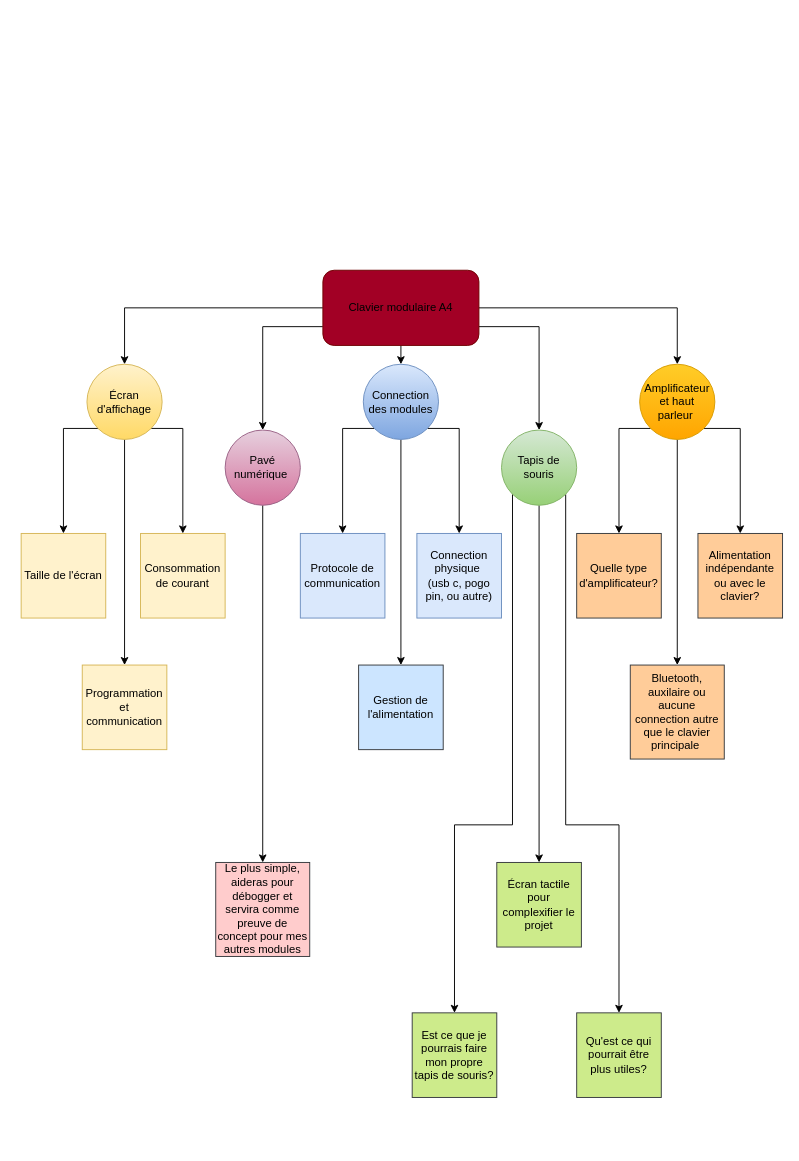
Before: A4.drawio in McJorts/Devoir, a draw.io diagram. Source tidied: cells renumbered, new cells numbered last; positions are measured from the earlier drawing's top-left corner, leaving out a move shared by most shapes. Both pictures are drawn from the tidied source at 94%, with x=0, y=0 at pixel (21, 270).
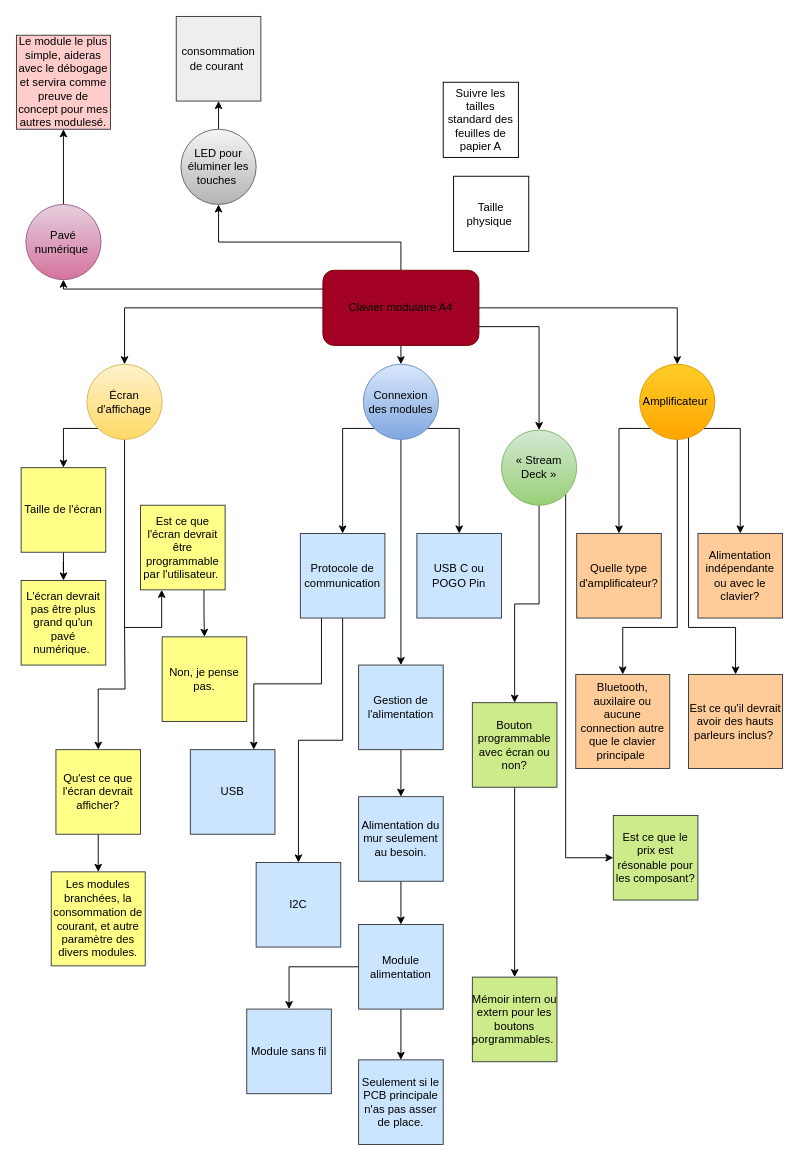
The same diagram, later.

Commit message:
Mettre à jour A4.drawio

The change refers to these unchanged cells:
```xml
<mxCell id="5" value="Écran d'affichage" style="ellipse;whiteSpace=wrap;html=1;shapeInside=1;fillColor=#fff2cc;strokeColor=#d6b656;gradientColor=#ffd966;" parent="1" vertex="1">
  <mxGeometry x="70" y="100" width="80" height="80" as="geometry" />
</mxCell>
<mxCell id="25" value="&lt;div&gt;&lt;span style=&quot;background-color: transparent; color: light-dark(rgb(0, 0, 0), rgb(255, 255, 255));&quot;&gt;Clavier modulaire A4&lt;/span&gt;&lt;/div&gt;" style="rounded=1;whiteSpace=wrap;html=1;fillColor=#a20025;fontColor=#ffffff;strokeColor=#6F0000;" parent="1" vertex="1">
  <mxGeometry x="321" width="166" height="80" as="geometry" />
</mxCell>
<mxCell id="31" value="Gestion de l'alimentation" style="whiteSpace=wrap;html=1;fillColor=#cce5ff;strokeColor=#36393d;" parent="1" vertex="1">
  <mxGeometry x="359" y="420" width="90" height="90" as="geometry" />
</mxCell>
```

Change to the diagram source:
```diff
@@
-    <mxCell id="3" style="edgeStyle=orthogonalEdgeStyle;rounded=0;jettySize=auto;html=1;exitX=1;exitY=1;exitDx=0;exitDy=0;entryX=0.5;entryY=0;entryDx=0;entryDy=0;" parent="1" edge="1" source="5" target="28">
-      <mxGeometry relative="1" as="geometry">
-        <Array as="points">
-          <mxPoint x="172" y="168.3" />
-        </Array>
-      </mxGeometry>
-    </mxCell>
-    <mxCell id="4" style="edgeStyle=orthogonalEdgeStyle;rounded=0;jettySize=auto;html=1;exitX=0.5;exitY=1;exitDx=0;exitDy=0;entryX=0.5;entryY=0;entryDx=0;entryDy=0;" parent="1" edge="1" source="5" target="26">
-      <mxGeometry relative="1" as="geometry" />
+    <mxCell id="4" style="edgeStyle=orthogonalEdgeStyle;rounded=0;jettySize=auto;html=1;exitX=0.5;exitY=1;exitDx=0;exitDy=0;entryX=0.25;entryY=1;entryDx=0;entryDy=0;" parent="1" edge="1" source="5" target="26">
+      <mxGeometry relative="1" as="geometry">
+        <Array as="points">
+          <mxPoint x="110" y="380" />
+          <mxPoint x="149.5" y="380" />
+        </Array>
+      </mxGeometry>
     </mxCell>
@@
-    <mxCell id="6" style="edgeStyle=orthogonalEdgeStyle;rounded=0;jettySize=auto;html=1;exitX=0.5;exitY=1;exitDx=0;exitDy=0;" parent="1" edge="1" source="7" target="38">
+    <mxCell id="6" style="edgeStyle=orthogonalEdgeStyle;rounded=0;jettySize=auto;html=1;exitX=0.5;exitY=0;exitDx=0;exitDy=0;" parent="1" edge="1" source="7" target="38">
       <mxGeometry relative="1" as="geometry" />
     </mxCell>
     <mxCell id="7" value="Pavé numérique&amp;nbsp;" style="ellipse;whiteSpace=wrap;html=1;shapeInside=1;fillColor=#e6d0de;strokeColor=#996185;gradientColor=#d5739d;" parent="1" vertex="1">
-      <mxGeometry x="217" y="170" width="80" height="80" as="geometry" />
+      <mxGeometry x="5" y="-70" width="80" height="80" as="geometry" />
     </mxCell>
@@
-    <mxCell id="11" value="Connection des modules" style="ellipse;whiteSpace=wrap;html=1;shapeInside=1;fillColor=#dae8fc;strokeColor=#6c8ebf;gradientColor=#7ea6e0;" parent="1" vertex="1">
+    <mxCell id="11" value="Connexion des modules" style="ellipse;whiteSpace=wrap;html=1;shapeInside=1;fillColor=#dae8fc;strokeColor=#6c8ebf;gradientColor=#7ea6e0;" parent="1" vertex="1">
       <mxGeometry x="364" y="100" width="80" height="80" as="geometry" />
     </mxCell>
@@
-    <mxCell id="13" style="edgeStyle=orthogonalEdgeStyle;rounded=0;jettySize=auto;html=1;exitX=0;exitY=1;exitDx=0;exitDy=0;entryX=0.5;entryY=0;entryDx=0;entryDy=0;" parent="1" edge="1" source="15" target="35">
-      <mxGeometry relative="1" as="geometry">
-        <Array as="points">
-          <mxPoint x="522.7" y="590" />
-          <mxPoint x="461" y="590" />
-        </Array>
-      </mxGeometry>
-    </mxCell>
-    <mxCell id="14" style="edgeStyle=orthogonalEdgeStyle;rounded=0;jettySize=auto;html=1;exitX=1;exitY=1;exitDx=0;exitDy=0;" parent="1" edge="1" source="15" target="37">
-      <mxGeometry relative="1" as="geometry">
-        <Array as="points">
-          <mxPoint x="579.3" y="590" />
-          <mxPoint x="636" y="590" />
-        </Array>
-      </mxGeometry>
-    </mxCell>
+    <mxCell id="39" style="edgeStyle=orthogonalEdgeStyle;rounded=0;jettySize=auto;html=1;exitX=1;exitY=1;exitDx=0;exitDy=0;entryX=0;entryY=0.5;entryDx=0;entryDy=0;" parent="1" edge="1" source="15" target="52">
+      <mxGeometry relative="1" as="geometry">
+        <Array as="points">
+          <mxPoint x="579.3" y="625" />
+        </Array>
+      </mxGeometry>
+    </mxCell>
-    <mxCell id="15" value="Tapis de souris" style="ellipse;whiteSpace=wrap;html=1;shapeInside=1;fillColor=#d5e8d4;strokeColor=#82b366;gradientColor=#97d077;" parent="1" vertex="1">
+    <mxCell id="15" value="« Stream Deck »" style="ellipse;whiteSpace=wrap;html=1;shapeInside=1;fillColor=#d5e8d4;strokeColor=#82b366;gradientColor=#97d077;" parent="1" vertex="1">
       <mxGeometry x="511" y="170" width="80" height="80" as="geometry" />
     </mxCell>
     <mxCell id="16" style="edgeStyle=orthogonalEdgeStyle;rounded=0;jettySize=auto;html=1;exitX=0.5;exitY=1;exitDx=0;exitDy=0;entryX=0.5;entryY=0;entryDx=0;entryDy=0;" parent="1" edge="1" source="19" target="34">
-      <mxGeometry relative="1" as="geometry" />
+      <mxGeometry relative="1" as="geometry">
+        <Array as="points">
+          <mxPoint x="698" y="380" />
+          <mxPoint x="640" y="380" />
+        </Array>
+      </mxGeometry>
     </mxCell>
@@
+    <mxCell id="40" style="edgeStyle=orthogonalEdgeStyle;rounded=0;jettySize=auto;html=1;exitX=1;exitY=1;exitDx=0;exitDy=0;entryX=0.5;entryY=0;entryDx=0;entryDy=0;" parent="1" edge="1" source="19" target="48">
+      <mxGeometry relative="1" as="geometry">
+        <Array as="points">
+          <mxPoint x="710" y="168.3" />
+          <mxPoint x="710" y="380" />
+          <mxPoint x="760" y="380" />
+        </Array>
+      </mxGeometry>
+    </mxCell>
-    <mxCell id="19" value="Amplificateur et haut parleur&amp;nbsp;" style="ellipse;whiteSpace=wrap;html=1;shapeInside=1;fillColor=#ffcd28;strokeColor=#d79b00;gradientColor=#ffa500;" parent="1" vertex="1">
+    <mxCell id="19" value="Amplificateur&amp;nbsp;" style="ellipse;whiteSpace=wrap;html=1;shapeInside=1;fillColor=#ffcd28;strokeColor=#d79b00;gradientColor=#ffa500;" parent="1" vertex="1">
       <mxGeometry x="658" y="100" width="80" height="80" as="geometry" />
     </mxCell>
@@
-    <mxCell id="21" style="edgeStyle=orthogonalEdgeStyle;rounded=0;jettySize=auto;html=1;exitX=0;exitY=0.75;exitDx=0;exitDy=0;entryX=0.5;entryY=0;entryDx=0;entryDy=0;" parent="1" edge="1" source="25" target="7">
-      <mxGeometry relative="1" as="geometry" />
+    <mxCell id="21" style="edgeStyle=orthogonalEdgeStyle;rounded=0;jettySize=auto;html=1;exitX=0;exitY=0.25;exitDx=0;exitDy=0;entryX=0.5;entryY=1;entryDx=0;entryDy=0;" parent="1" edge="1" source="25" target="7">
+      <mxGeometry relative="1" as="geometry">
+        <Array as="points">
+          <mxPoint x="45" y="20" />
+        </Array>
+      </mxGeometry>
     </mxCell>
@@
+    <mxCell id="41" style="edgeStyle=orthogonalEdgeStyle;rounded=0;jettySize=auto;html=1;exitX=0.5;exitY=0;exitDx=0;exitDy=0;entryX=0.5;entryY=1;entryDx=0;entryDy=0;" parent="1" edge="1" source="25" target="57">
+      <mxGeometry relative="1" as="geometry">
+        <Array as="points">
+          <mxPoint x="404" y="-30" />
+          <mxPoint x="210" y="-30" />
+        </Array>
+      </mxGeometry>
+    </mxCell>
@@
+    <mxCell id="42" style="edgeStyle=orthogonalEdgeStyle;rounded=0;jettySize=auto;html=1;exitX=0.75;exitY=1;exitDx=0;exitDy=0;entryX=0.5;entryY=0;entryDx=0;entryDy=0;" parent="1" edge="1" source="26" target="64">
+      <mxGeometry relative="1" as="geometry" />
+    </mxCell>
-    <mxCell id="26" value="&lt;div&gt;&lt;span style=&quot;background-color: transparent; color: light-dark(rgb(0, 0, 0), rgb(255, 255, 255));&quot;&gt;Programmation et communication&lt;/span&gt;&lt;/div&gt;" style="whiteSpace=wrap;html=1;fillColor=#fff2cc;strokeColor=#d6b656;" parent="1" vertex="1">
-      <mxGeometry x="65" y="420" width="90" height="90" as="geometry" />
+    <mxCell id="26" value="&lt;div&gt;&lt;span style=&quot;background-color: transparent; color: light-dark(rgb(0, 0, 0), rgb(255, 255, 255));&quot;&gt;Est ce que l'écran devrait être programmable par l'utilisateur.&amp;nbsp;&lt;/span&gt;&lt;/div&gt;" style="whiteSpace=wrap;html=1;fillColor=#ffff88;strokeColor=#36393d;" parent="1" vertex="1">
+      <mxGeometry x="127" y="250" width="90" height="90" as="geometry" />
     </mxCell>
+    <mxCell id="43" style="edgeStyle=orthogonalEdgeStyle;rounded=0;jettySize=auto;html=1;" parent="1" edge="1" source="27" target="63">
+      <mxGeometry relative="1" as="geometry" />
+    </mxCell>
-    <mxCell id="27" value="&lt;div&gt;&lt;span style=&quot;background-color: transparent; color: light-dark(rgb(0, 0, 0), rgb(255, 255, 255));&quot;&gt;Taille de l'écran&lt;/span&gt;&lt;/div&gt;" style="whiteSpace=wrap;html=1;fillColor=#fff2cc;strokeColor=#d6b656;" parent="1" vertex="1">
-      <mxGeometry y="280" width="90" height="90" as="geometry" />
+    <mxCell id="27" value="&lt;div&gt;&lt;span style=&quot;background-color: transparent; color: light-dark(rgb(0, 0, 0), rgb(255, 255, 255));&quot;&gt;Taille de l'écran&lt;/span&gt;&lt;/div&gt;" style="whiteSpace=wrap;html=1;fillColor=#ffff88;strokeColor=#36393d;" parent="1" vertex="1">
+      <mxGeometry y="210" width="90" height="90" as="geometry" />
     </mxCell>
-    <mxCell id="28" value="&lt;div&gt;&lt;span style=&quot;background-color: transparent; color: light-dark(rgb(0, 0, 0), rgb(255, 255, 255));&quot;&gt;Consommation de courant&lt;/span&gt;&lt;/div&gt;" style="whiteSpace=wrap;html=1;fillColor=#fff2cc;strokeColor=#d6b656;" parent="1" vertex="1">
-      <mxGeometry x="127" y="280" width="90" height="90" as="geometry" />
-    </mxCell>
+    <mxCell id="44" style="edgeStyle=orthogonalEdgeStyle;rounded=0;jettySize=auto;html=1;exitX=0.25;exitY=1;exitDx=0;exitDy=0;entryX=0.75;entryY=0;entryDx=0;entryDy=0;" parent="1" edge="1" source="29" target="66">
+      <mxGeometry relative="1" as="geometry" />
+    </mxCell>
+    <mxCell id="45" style="edgeStyle=orthogonalEdgeStyle;rounded=0;jettySize=auto;html=1;exitX=0.5;exitY=1;exitDx=0;exitDy=0;entryX=0.5;entryY=0;entryDx=0;entryDy=0;" parent="1" edge="1" source="29" target="67">
+      <mxGeometry relative="1" as="geometry" />
+    </mxCell>
-    <mxCell id="29" value="Protocole de communication" style="whiteSpace=wrap;html=1;fillColor=#dae8fc;strokeColor=#6c8ebf;" parent="1" vertex="1">
+    <mxCell id="29" value="Protocole de communication" style="whiteSpace=wrap;html=1;fillColor=#cce5ff;strokeColor=#36393d;" parent="1" vertex="1">
       <mxGeometry x="297" y="280" width="90" height="90" as="geometry" />
     </mxCell>
-    <mxCell id="30" value="Connection physique&amp;nbsp;&lt;div&gt;(usb c, pogo pin, ou autre)&lt;/div&gt;" style="whiteSpace=wrap;html=1;fillColor=#dae8fc;strokeColor=#6c8ebf;" parent="1" vertex="1">
+    <mxCell id="30" value="USB C ou POGO Pin" style="whiteSpace=wrap;html=1;fillColor=#cce5ff;strokeColor=#36393d;" parent="1" vertex="1">
       <mxGeometry x="421" y="280" width="90" height="90" as="geometry" />
     </mxCell>
+    <mxCell id="46" style="edgeStyle=orthogonalEdgeStyle;rounded=0;jettySize=auto;html=1;exitX=0.5;exitY=1;exitDx=0;exitDy=0;entryX=0.5;entryY=0;entryDx=0;entryDy=0;" parent="1" edge="1" source="31" target="50">
+      <mxGeometry relative="1" as="geometry" />
+    </mxCell>
@@
     <mxCell id="34" value="Bluetooth, auxilaire ou aucune connection autre que le clavier principale&amp;nbsp;" style="whiteSpace=wrap;html=1;fillColor=#ffcc99;strokeColor=#36393d;" parent="1" vertex="1">
-      <mxGeometry x="648" y="420" width="100" height="100" as="geometry" />
+      <mxGeometry x="590" y="430" width="100" height="100" as="geometry" />
     </mxCell>
-    <mxCell id="35" value="Est ce que je pourrais faire mon propre tapis de souris?" style="whiteSpace=wrap;html=1;fillColor=#cdeb8b;strokeColor=#36393d;" parent="1" vertex="1">
-      <mxGeometry x="416" y="790" width="90" height="90" as="geometry" />
-    </mxCell>
+    <mxCell id="47" style="edgeStyle=orthogonalEdgeStyle;rounded=0;jettySize=auto;html=1;exitX=0.5;exitY=1;exitDx=0;exitDy=0;" parent="1" edge="1" source="36" target="51">
+      <mxGeometry relative="1" as="geometry" />
+    </mxCell>
-    <mxCell id="36" value="Écran tactile pour complexifier le projet" style="whiteSpace=wrap;html=1;fillColor=#cdeb8b;strokeColor=#36393d;" parent="1" vertex="1">
-      <mxGeometry x="506" y="630" width="90" height="90" as="geometry" />
+    <mxCell id="36" value="Bouton programmable avec écran ou non?" style="whiteSpace=wrap;html=1;fillColor=#cdeb8b;strokeColor=#36393d;" parent="1" vertex="1">
+      <mxGeometry x="480" y="460" width="90" height="90" as="geometry" />
     </mxCell>
-    <mxCell id="37" value="Qu'est ce qui pourrait être plus utiles?" style="whiteSpace=wrap;html=1;fillColor=#cdeb8b;strokeColor=#36393d;" parent="1" vertex="1">
-      <mxGeometry x="591" y="790" width="90" height="90" as="geometry" />
-    </mxCell>
-    <mxCell id="38" value="Le plus simple, aideras pour débogger et servira comme preuve de concept pour mes autres modules" style="whiteSpace=wrap;html=1;fillColor=#ffcccc;strokeColor=#36393d;" parent="1" vertex="1">
-      <mxGeometry x="207" y="630" width="100" height="100" as="geometry" />
+    <mxCell id="38" value="Le module le plus simple, aideras avec le&amp;nbsp;débogage et servira comme preuve de concept pour mes autres modulesé." style="whiteSpace=wrap;html=1;fillColor=#ffcccc;strokeColor=#36393d;" parent="1" vertex="1">
+      <mxGeometry x="-5" y="-250" width="100" height="100" as="geometry" />
     </mxCell>
+    <mxCell id="48" value="Est ce qu'il devrait avoir des hauts parleurs inclus?&amp;nbsp;" style="whiteSpace=wrap;html=1;fillColor=#ffcc99;strokeColor=#36393d;" parent="1" vertex="1">
+      <mxGeometry x="710" y="430" width="100" height="100" as="geometry" />
+    </mxCell>
+    <mxCell id="49" style="edgeStyle=orthogonalEdgeStyle;rounded=0;jettySize=auto;html=1;entryX=0.5;entryY=0;entryDx=0;entryDy=0;" parent="1" edge="1" source="50" target="62">
+      <mxGeometry relative="1" as="geometry" />
+    </mxCell>
+    <mxCell id="50" value="Alimentation du mur seulement au besoin." style="whiteSpace=wrap;html=1;fillColor=#cce5ff;strokeColor=#36393d;" parent="1" vertex="1">
+      <mxGeometry x="359" y="560" width="90" height="90" as="geometry" />
+    </mxCell>
+    <mxCell id="51" value="Mémoir intern ou extern pour les boutons porgrammables.&amp;nbsp;" style="whiteSpace=wrap;html=1;fillColor=#cdeb8b;strokeColor=#36393d;" parent="1" vertex="1">
+      <mxGeometry x="480" y="752" width="90" height="90" as="geometry" />
+    </mxCell>
+    <mxCell id="52" value="Est ce que le prix est résonable pour les composant?" style="whiteSpace=wrap;html=1;fillColor=#cdeb8b;strokeColor=#36393d;" parent="1" vertex="1">
+      <mxGeometry x="630" y="580" width="90" height="90" as="geometry" />
+    </mxCell>
+    <mxCell id="53" style="edgeStyle=orthogonalEdgeStyle;rounded=0;jettySize=auto;html=1;exitX=0.5;exitY=0;exitDx=0;exitDy=0;startArrow=classic;startFill=1;endArrow=none;endFill=0;" parent="1" edge="1" source="55">
+      <mxGeometry relative="1" as="geometry">
+        <mxPoint x="110" y="380" as="targetPoint" />
+      </mxGeometry>
+    </mxCell>
+    <mxCell id="54" style="edgeStyle=orthogonalEdgeStyle;rounded=0;jettySize=auto;html=1;" parent="1" edge="1" source="55" target="59">
+      <mxGeometry relative="1" as="geometry" />
+    </mxCell>
+    <mxCell id="55" value="Qu'est ce que l'écran devrait afficher?" style="whiteSpace=wrap;html=1;fillColor=#ffff88;strokeColor=#36393d;" parent="1" vertex="1">
+      <mxGeometry x="37" y="510" width="90" height="90" as="geometry" />
+    </mxCell>
+    <mxCell id="56" style="edgeStyle=orthogonalEdgeStyle;rounded=0;jettySize=auto;html=1;exitX=0.5;exitY=0;exitDx=0;exitDy=0;entryX=0.5;entryY=1;entryDx=0;entryDy=0;" parent="1" edge="1" source="57" target="58">
+      <mxGeometry relative="1" as="geometry" />
+    </mxCell>
+    <mxCell id="57" value="LED pour éluminer les touches&amp;nbsp;" style="ellipse;whiteSpace=wrap;html=1;shapeInside=1;fillColor=#f5f5f5;strokeColor=#666666;gradientColor=#b3b3b3;" parent="1" vertex="1">
+      <mxGeometry x="170" y="-150" width="80" height="80" as="geometry" />
+    </mxCell>
+    <mxCell id="58" value="consommation de courant&amp;nbsp;" style="whiteSpace=wrap;html=1;fillColor=#eeeeee;strokeColor=#36393d;" parent="1" vertex="1">
+      <mxGeometry x="165" y="-270" width="90" height="90" as="geometry" />
+    </mxCell>
+    <mxCell id="59" value="Les modules branchées, la consommation de courant, et autre paramètre des divers modules." style="whiteSpace=wrap;html=1;fillColor=#ffff88;strokeColor=#36393d;" parent="1" vertex="1">
+      <mxGeometry x="32" y="640" width="100" height="100" as="geometry" />
+    </mxCell>
+    <mxCell id="60" style="edgeStyle=orthogonalEdgeStyle;rounded=0;jettySize=auto;html=1;" parent="1" edge="1" source="62" target="65">
+      <mxGeometry relative="1" as="geometry" />
+    </mxCell>
+    <mxCell id="61" style="edgeStyle=orthogonalEdgeStyle;rounded=0;jettySize=auto;html=1;exitX=0;exitY=0.5;exitDx=0;exitDy=0;entryX=0.5;entryY=0;entryDx=0;entryDy=0;" parent="1" edge="1" source="62" target="68">
+      <mxGeometry relative="1" as="geometry" />
+    </mxCell>
+    <mxCell id="62" value="Module alimentation" style="whiteSpace=wrap;html=1;fillColor=#cce5ff;strokeColor=#36393d;" parent="1" vertex="1">
+      <mxGeometry x="359" y="696" width="90" height="90" as="geometry" />
+    </mxCell>
+    <mxCell id="63" value="L'écran devrait pas être plus grand qu'un pavé numérique.&amp;nbsp;" style="whiteSpace=wrap;html=1;fillColor=#ffff88;strokeColor=#36393d;" parent="1" vertex="1">
+      <mxGeometry y="330" width="90" height="90" as="geometry" />
+    </mxCell>
+    <mxCell id="64" value="Non, je pense pas." style="whiteSpace=wrap;html=1;fillColor=#ffff88;strokeColor=#36393d;" parent="1" vertex="1">
+      <mxGeometry x="150" y="390" width="90" height="90" as="geometry" />
+    </mxCell>
+    <mxCell id="65" value="Seulement si le PCB principale n'as pas asser de place." style="whiteSpace=wrap;html=1;fillColor=#cce5ff;strokeColor=#36393d;" parent="1" vertex="1">
+      <mxGeometry x="359" y="840" width="90" height="90" as="geometry" />
+    </mxCell>
+    <mxCell id="66" value="USB" style="whiteSpace=wrap;html=1;fillColor=#cce5ff;strokeColor=#36393d;" parent="1" vertex="1">
+      <mxGeometry x="180" y="510" width="90" height="90" as="geometry" />
+    </mxCell>
+    <mxCell id="67" value="I2C" style="whiteSpace=wrap;html=1;fillColor=#cce5ff;strokeColor=#36393d;" parent="1" vertex="1">
+      <mxGeometry x="250" y="630" width="90" height="90" as="geometry" />
+    </mxCell>
+    <mxCell id="68" value="Module sans fil" style="whiteSpace=wrap;html=1;fillColor=#cce5ff;strokeColor=#36393d;" parent="1" vertex="1">
+      <mxGeometry x="240" y="786" width="90" height="90" as="geometry" />
+    </mxCell>
+    <mxCell id="69" value="Suivre les tailles standard des feuilles de papier A" style="whiteSpace=wrap;html=1;" parent="1" vertex="1">
+      <mxGeometry x="449" y="-200" width="80" height="80" as="geometry" />
+    </mxCell>
+    <mxCell id="70" value="Taille physique&amp;nbsp;" style="whiteSpace=wrap;html=1;" parent="1" vertex="1">
+      <mxGeometry x="460" y="-100" width="80" height="80" as="geometry" />
+    </mxCell>
```
